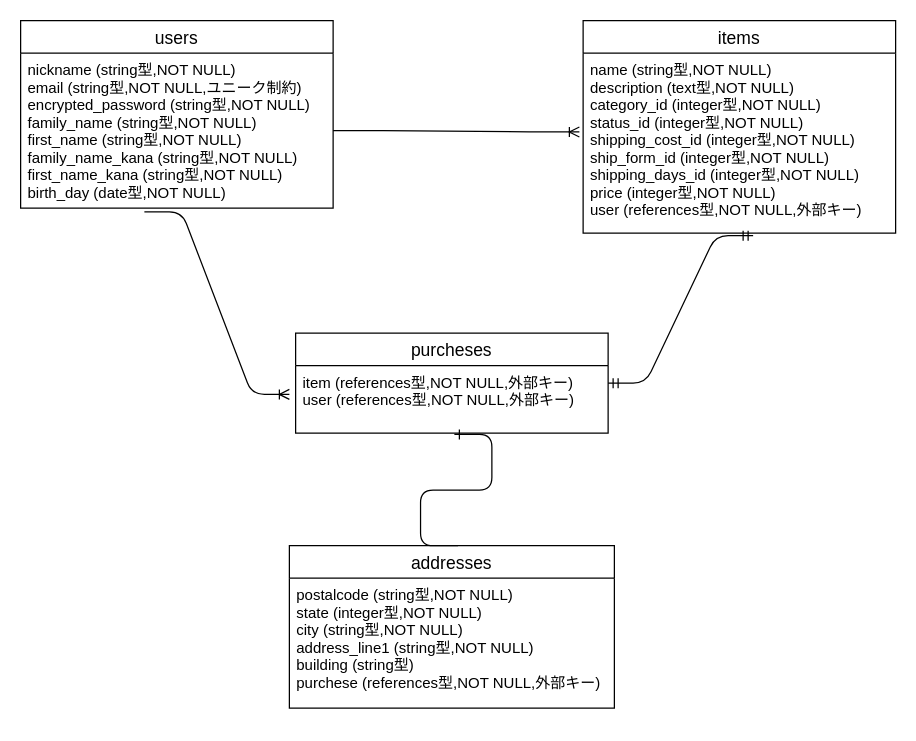
takashiusami0131/furima-38810 keeps this draw.io diagram as furima-er.dio. Above is the earlier version. Source tidied: cells renumbered, new cells numbered last; positions are measured from the earlier drawing's top-left corner, leaving out a move shared by most shapes. Both pictures are drawn from the tidied source at 125%, with x=0, y=0 at pixel (20, 20).
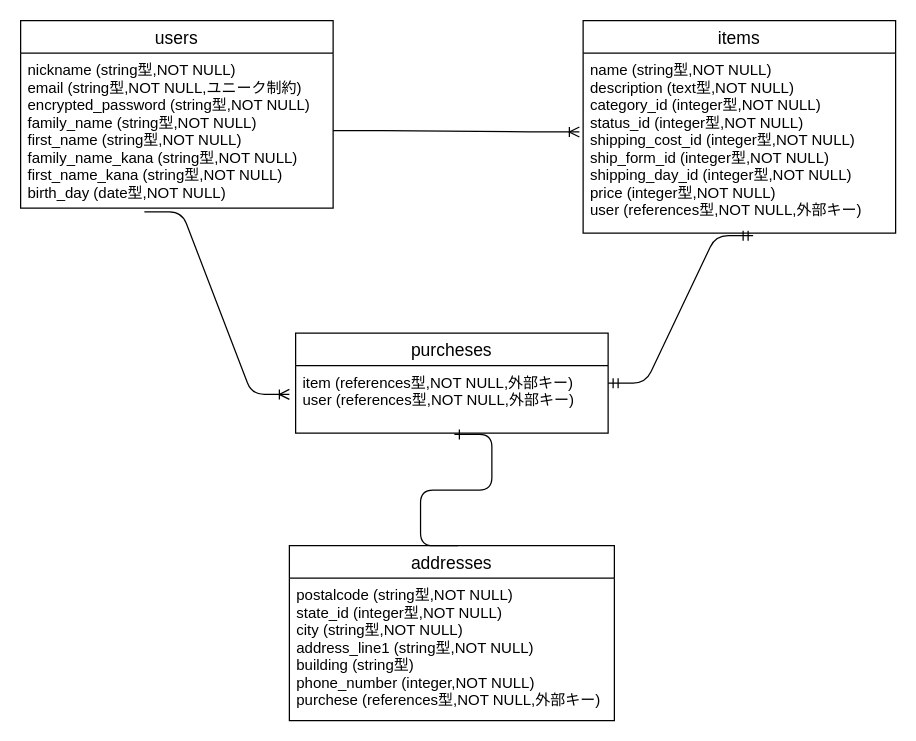
Above is the later version.

Diff of the diagram source:
```diff
@@
-<mxGraphModel background="#ffffff">
+<mxGraphModel>
   <root>
     <mxCell id="0" />
     <mxCell id="1" parent="0" />
     <mxCell id="2" value="users" style="swimlane;fontStyle=0;horizontal=1;startSize=26;align=center;fontSize=14;" parent="1" vertex="1">
       <mxGeometry width="250" height="150" as="geometry" />
     </mxCell>
     <mxCell id="3" value="nickname (string型,NOT NULL)&#10;email (string型,NOT NULL,ユニーク制約)&#10;encrypted_password (string型,NOT NULL)&#10;family_name (string型,NOT NULL)&#10;first_name (string型,NOT NULL)&#10;family_name_kana (string型,NOT NULL)&#10;first_name_kana (string型,NOT NULL)&#10;birth_day (date型,NOT NULL)" style="text;strokeColor=none;fillColor=none;spacingLeft=4;spacingRight=4;overflow=hidden;points=[[0,0.5],[1,0.5]];portConstraint=eastwest;fontSize=12;" parent="2" vertex="1">
       <mxGeometry y="26" width="250" height="124" as="geometry" />
     </mxCell>
     <mxCell id="4" value="items" style="swimlane;fontStyle=0;horizontal=1;startSize=26;align=center;fontSize=14;" parent="1" vertex="1">
       <mxGeometry x="450" width="250" height="170" as="geometry" />
     </mxCell>
-    <mxCell id="5" value="name (string型,NOT NULL)&#10;description (text型,NOT NULL)&#10;category_id (integer型,NOT NULL)&#10;status_id (integer型,NOT NULL)&#10;shipping_cost_id (integer型,NOT NULL)&#10;ship_form_id (integer型,NOT NULL)&#10;shipping_days_id (integer型,NOT NULL)&#10;price (integer型,NOT NULL)&#10;user (references型,NOT NULL,外部キー)" style="text;strokeColor=none;fillColor=none;spacingLeft=4;spacingRight=4;overflow=hidden;points=[[0,0.5],[1,0.5]];portConstraint=eastwest;fontSize=12;" parent="4" vertex="1">
+    <mxCell id="5" value="name (string型,NOT NULL)&#10;description (text型,NOT NULL)&#10;category_id (integer型,NOT NULL)&#10;status_id (integer型,NOT NULL)&#10;shipping_cost_id (integer型,NOT NULL)&#10;ship_form_id (integer型,NOT NULL)&#10;shipping_day_id (integer型,NOT NULL)&#10;price (integer型,NOT NULL)&#10;user (references型,NOT NULL,外部キー)" style="text;strokeColor=none;fillColor=none;spacingLeft=4;spacingRight=4;overflow=hidden;points=[[0,0.5],[1,0.5]];portConstraint=eastwest;fontSize=12;" parent="4" vertex="1">
       <mxGeometry y="26" width="250" height="144" as="geometry" />
     </mxCell>
     <mxCell id="6" style="edgeStyle=entityRelationEdgeStyle;fontSize=12;html=1;endArrow=ERoneToMany;exitX=1;exitY=0.5;exitDx=0;exitDy=0;entryX=-0.012;entryY=0.438;entryDx=0;entryDy=0;entryPerimeter=0;" parent="1" edge="1" source="3" target="5">
       <mxGeometry relative="1" as="geometry" />
     </mxCell>
     <mxCell id="7" value="purcheses" style="swimlane;fontStyle=0;horizontal=1;startSize=26;align=center;fontSize=14;labelBackgroundColor=none;" parent="1" vertex="1">
       <mxGeometry x="220" y="250" width="250" height="80" as="geometry" />
     </mxCell>
     <mxCell id="8" value="item (references型,NOT NULL,外部キー)&#10;user (references型,NOT NULL,外部キー)" style="text;strokeColor=none;fillColor=none;spacingLeft=4;spacingRight=4;overflow=hidden;points=[[0,0.5],[1,0.5]];portConstraint=eastwest;fontSize=12;" parent="7" vertex="1">
       <mxGeometry y="26" width="250" height="54" as="geometry" />
     </mxCell>
     <mxCell id="9" style="edgeStyle=entityRelationEdgeStyle;fontSize=12;html=1;endArrow=ERmandOne;startArrow=ERmandOne;entryX=0.544;entryY=1.014;entryDx=0;entryDy=0;entryPerimeter=0;" parent="1" edge="1" target="5">
       <mxGeometry relative="1" as="geometry">
         <mxPoint x="470" y="290" as="sourcePoint" />
       </mxGeometry>
     </mxCell>
     <mxCell id="10" value="addresses" style="swimlane;fontStyle=0;horizontal=1;startSize=26;align=center;fontSize=14;" parent="1" vertex="1">
-      <mxGeometry x="215" y="420" width="260" height="130" as="geometry" />
+      <mxGeometry x="215" y="420" width="260" height="140" as="geometry" />
     </mxCell>
-    <mxCell id="11" value="postalcode (string型,NOT NULL)&#10;state (integer型,NOT NULL)&#10;city (string型,NOT NULL)&#10;address_line1 (string型,NOT NULL)&#10;building (string型)&#10;purchese (references型,NOT NULL,外部キー)" style="text;strokeColor=none;fillColor=none;spacingLeft=4;spacingRight=4;overflow=hidden;fontSize=12;" parent="10" vertex="1">
-      <mxGeometry y="26" width="260" height="104" as="geometry" />
+    <mxCell id="11" value="postalcode (string型,NOT NULL)&#10;state_id (integer型,NOT NULL)&#10;city (string型,NOT NULL)&#10;address_line1 (string型,NOT NULL)&#10;building (string型)&#10;phone_number (integer,NOT NULL)&#10;purchese (references型,NOT NULL,外部キー)" style="text;strokeColor=none;fillColor=none;spacingLeft=4;spacingRight=4;overflow=hidden;fontSize=12;" parent="10" vertex="1">
+      <mxGeometry y="26" width="260" height="114" as="geometry" />
     </mxCell>
     <mxCell id="12" style="edgeStyle=entityRelationEdgeStyle;fontSize=12;html=1;endArrow=ERoneToMany;entryX=-0.02;entryY=0.426;entryDx=0;entryDy=0;entryPerimeter=0;exitX=0.396;exitY=1.024;exitDx=0;exitDy=0;exitPerimeter=0;" parent="1" edge="1" source="3" target="8">
       <mxGeometry relative="1" as="geometry" />
     </mxCell>
     <mxCell id="13" style="edgeStyle=entityRelationEdgeStyle;fontSize=12;html=1;endArrow=ERone;endFill=1;exitX=0.519;exitY=0;exitDx=0;exitDy=0;exitPerimeter=0;entryX=0.508;entryY=1.019;entryDx=0;entryDy=0;entryPerimeter=0;" parent="1" edge="1" source="10" target="8">
       <mxGeometry relative="1" as="geometry" />
     </mxCell>
   </root>
 </mxGraphModel>
```
